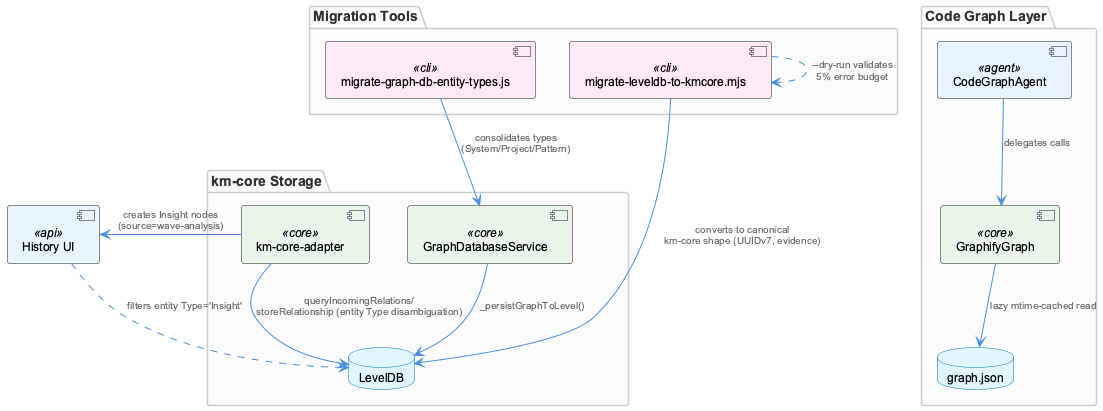
fwornle/coding keeps this PlantUML diagram as knowledge-management/insights/images/knowledge-management-architecture.png. Above is the earlier version.
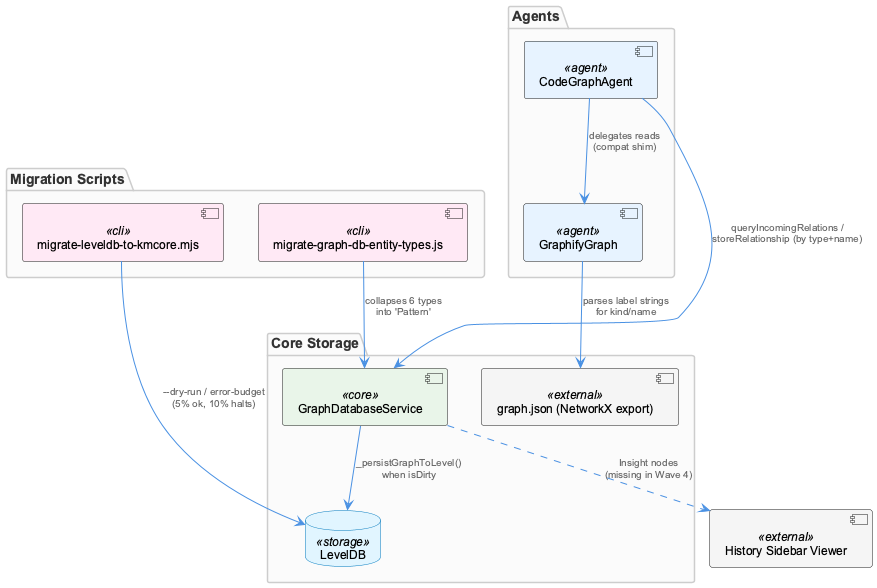
After the change.

Change to the diagram source:
```diff
@@ -1,37 +1,33 @@
 @startuml
 !include /Users/Q284340/Agentic/coding/docs/puml/_standard-style.puml
 
-package "Code Graph Layer" {
-  component "GraphifyGraph" as graphify <<core>>
-  component "CodeGraphAgent" as cgagent <<agent>>
-  database "graph.json" as graphjson
+package "Agents" {
+  component "CodeGraphAgent" as cga <<agent>>
+  component "GraphifyGraph" as gg <<agent>>
 }
 
-package "km-core Storage" {
-  component "km-core-adapter" as adapter <<core>>
-  component "GraphDatabaseService" as gdbservice <<core>>
-  database "LevelDB" as leveldb
+package "Migration Scripts" {
+  component "migrate-graph-db-entity-types.js" as migTypes <<cli>>
+  component "migrate-leveldb-to-kmcore.mjs" as migCore <<cli>>
 }
 
-package "Migration Tools" {
-  component "migrate-graph-db-entity-types.js" as migtypes <<cli>>
-  component "migrate-leveldb-to-kmcore.mjs" as migkmcore <<cli>>
+package "Core Storage" {
+  component "GraphDatabaseService" as gds <<core>>
+  database "LevelDB" as ldb <<storage>>
+  component "graph.json (NetworkX export)" as gjson <<external>>
 }
 
-component "History UI" as historyui <<api>>
+component "History Sidebar Viewer" as viewer <<external>>
 
-cgagent --> graphify : delegates calls
-graphify --> graphjson : "lazy mtime-cached read"
+gg --> gjson : "parses label strings\nfor kind/name"
+cga --> gg : "delegates reads\n(compat shim)"
 
-adapter --> leveldb : queryIncomingRelations/\nstoreRelationship (entity Type disambiguation)
-adapter --> historyui : creates Insight nodes\n(source=wave-analysis)
+cga --> gds : "queryIncomingRelations /\nstoreRelationship (by type+name)"
+gds --> ldb : "_persistGraphToLevel()\nwhen isDirty"
 
-migtypes --> gdbservice : consolidates types\n(System/Project/Pattern)
-gdbservice --> leveldb : _persistGraphToLevel()
+migTypes --> gds : "collapses 6 types\ninto 'Pattern'"
+migCore --> ldb : "--dry-run / error-budget\n(5% ok, 10% halts)"
 
-migkmcore --> leveldb : converts to canonical\nkm-core shape (UUIDv7, evidence)
-migkmcore ..> migkmcore : "--dry-run validates\n5% error budget"
-
-historyui ..> leveldb : filters entity Type='Insight'
+gds ..> viewer : "Insight nodes\n(missing in Wave 4)"
 
 @enduml
```
